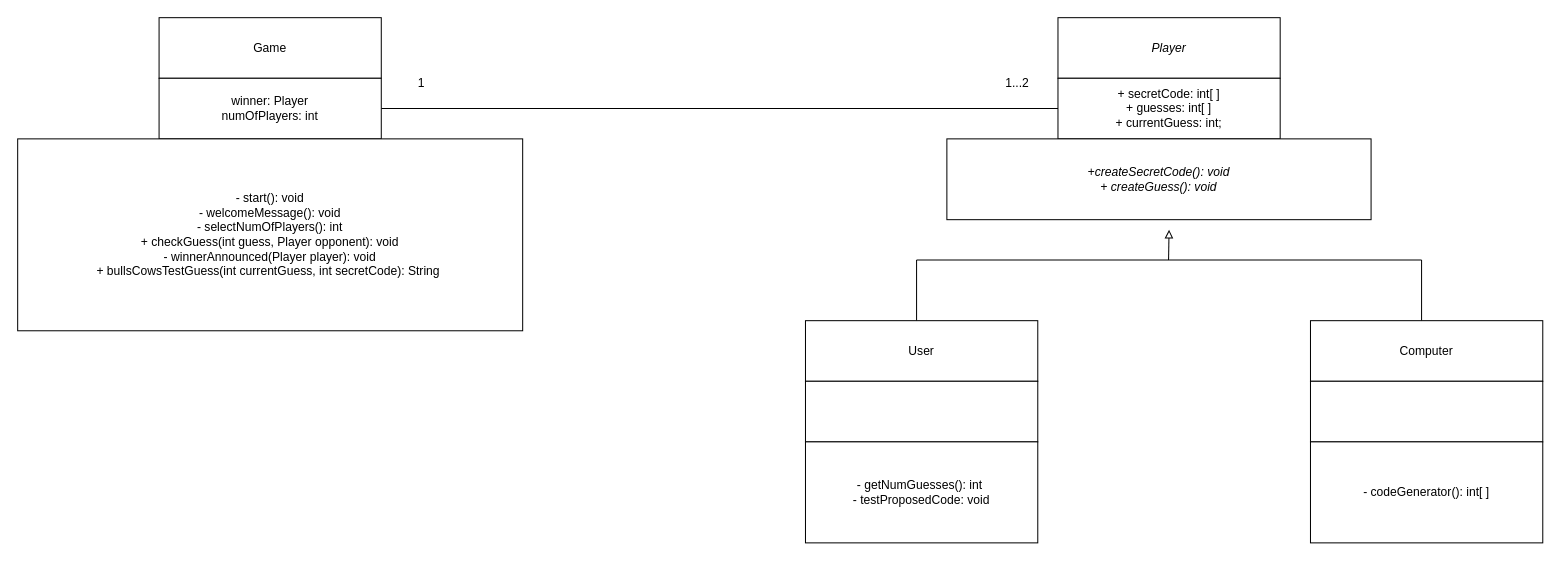
Before: Assignment2-UML.drawio in ben-porteous/CompSci718-Miscellaneous, a draw.io diagram. Source tidied: cells renumbered, new cells numbered last; positions are measured from the earlier drawing's top-left corner, leaving out a move shared by most shapes. Both pictures are drawn from the tidied source at 101%, with x=0, y=0 at pixel (17, 17).
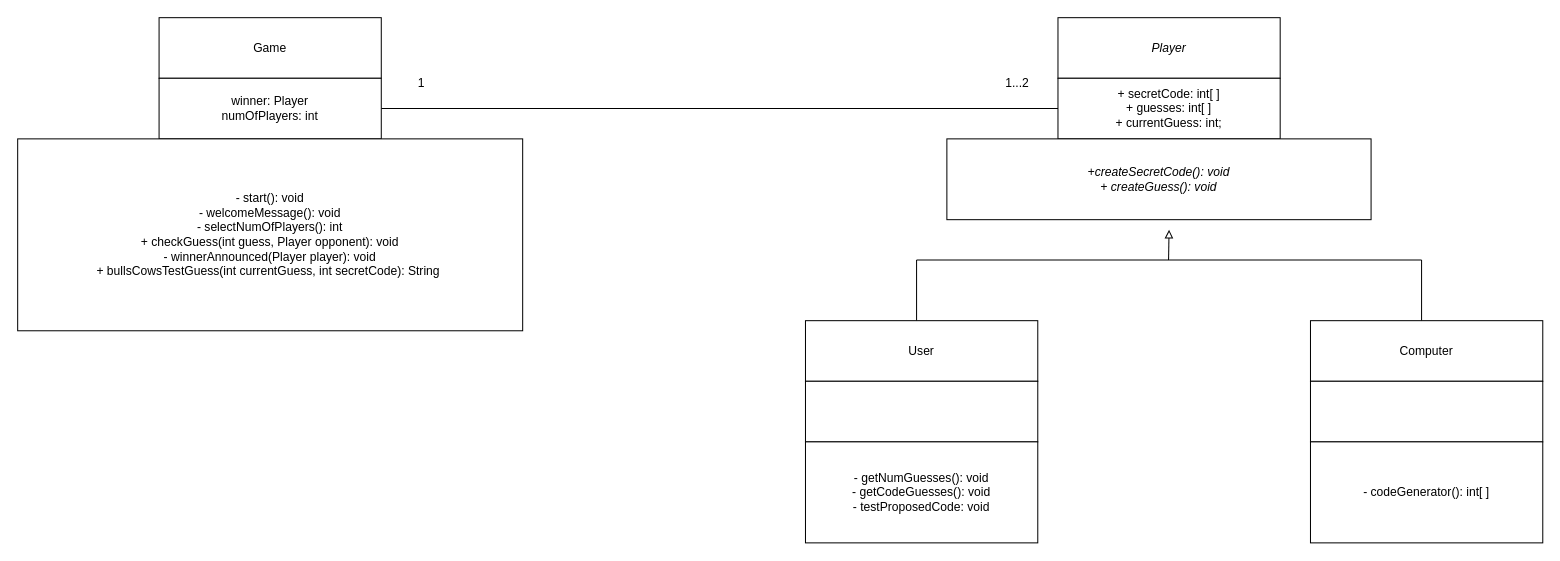
The same diagram, later.

The edit, as a diff of the source:
```diff
@@
-    <mxCell id="12" value="- getNumGuesses(): int&amp;nbsp;&lt;br&gt;&lt;div&gt;- testProposedCode: void&lt;/div&gt;" style="rounded=0;whiteSpace=wrap;html=1;" parent="1" vertex="1">
+    <mxCell id="12" value="- getNumGuesses(): void&lt;br&gt;&lt;div&gt;- getCodeGuesses(): void&lt;/div&gt;&lt;div&gt;- testProposedCode: void&lt;/div&gt;" style="rounded=0;whiteSpace=wrap;html=1;" parent="1" vertex="1">
       <mxGeometry x="780" y="420" width="230" height="100" as="geometry" />
     </mxCell>
```
